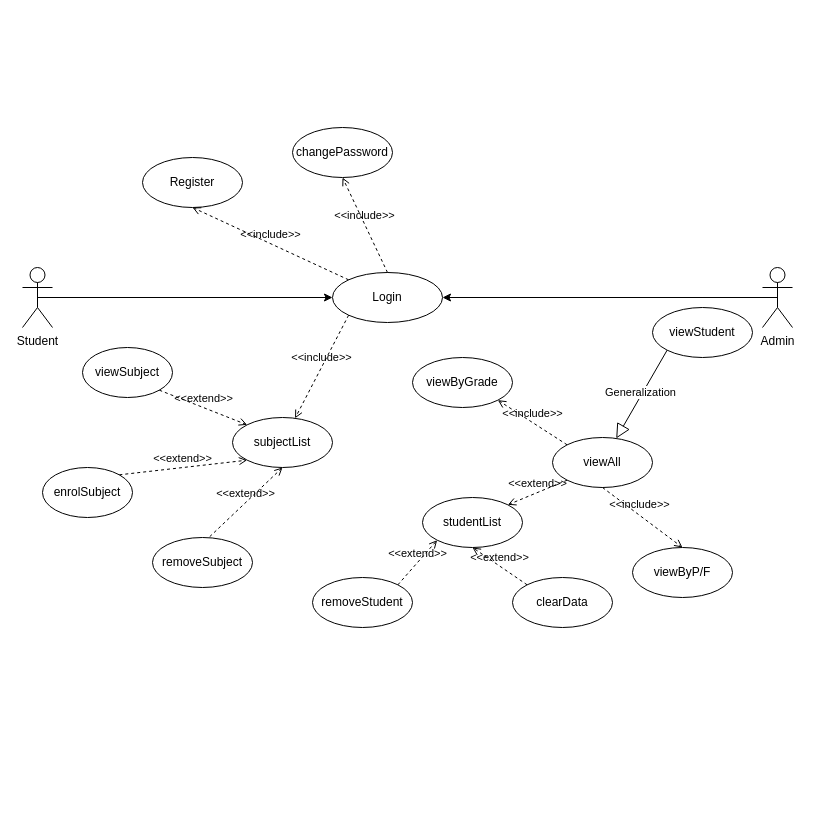
The draw.io diagram Assg1 University Enrol.drawio in T0R11zzz/Univesity-Enrol, before the edit. Source tidied: cells renumbered, new cells numbered last; positions are measured from the earlier drawing's top-left corner, leaving out a move shared by most shapes. Both pictures are drawn from the tidied source at 100%, with x=0, y=0 at pixel (22, 127).
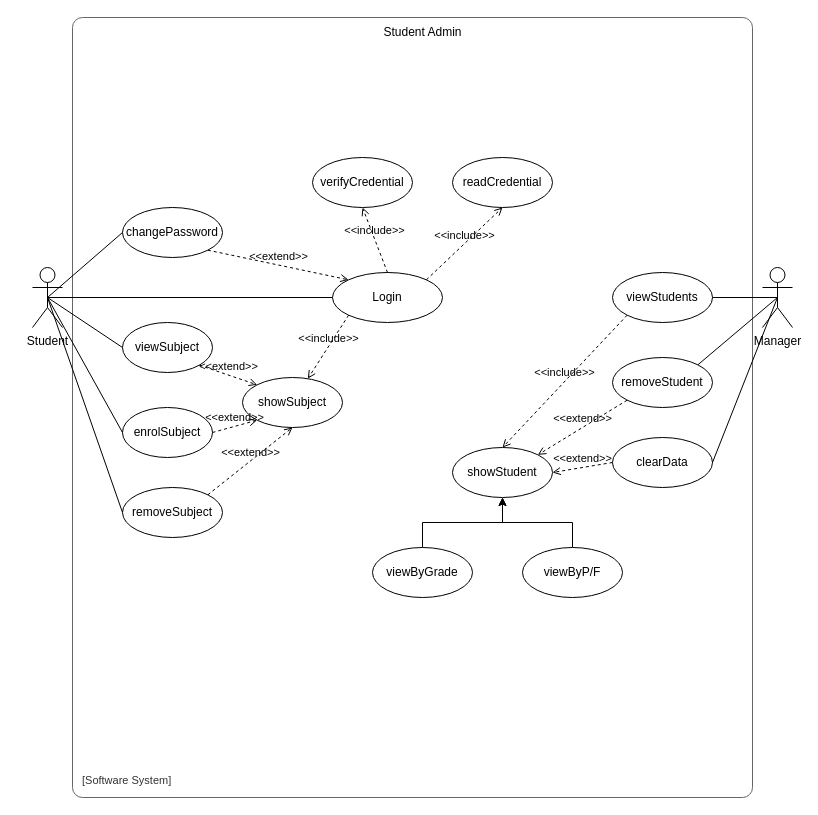
After the change.

The change refers to these unchanged cells:
```xml
<mxCell id="2" value="Login" style="ellipse;whiteSpace=wrap;html=1;" parent="1" vertex="1">
  <mxGeometry x="310" y="145" width="110" height="50" as="geometry" />
</mxCell>
```

Diff of the diagram source:
```diff
@@
-    <mxCell id="3" style="edgeStyle=orthogonalEdgeStyle;rounded=0;jettySize=auto;html=1;exitX=0.5;exitY=0.5;exitDx=0;exitDy=0;exitPerimeter=0;entryX=0;entryY=0.5;entryDx=0;entryDy=0;" parent="1" edge="1" source="4" target="2">
-      <mxGeometry relative="1" as="geometry" />
-    </mxCell>
     <mxCell id="4" value="Student" style="shape=umlActor;verticalLabelPosition=bottom;verticalAlign=top;html=1;" parent="1" vertex="1">
-      <mxGeometry y="140" width="30" height="60" as="geometry" />
+      <mxGeometry x="10" y="140" width="30" height="60" as="geometry" />
     </mxCell>
-    <mxCell id="5" style="edgeStyle=orthogonalEdgeStyle;rounded=0;jettySize=auto;html=1;exitX=0.5;exitY=0.5;exitDx=0;exitDy=0;exitPerimeter=0;entryX=1;entryY=0.5;entryDx=0;entryDy=0;" parent="1" edge="1" source="6" target="2">
-      <mxGeometry relative="1" as="geometry" />
-    </mxCell>
-    <mxCell id="6" value="Admin" style="shape=umlActor;verticalLabelPosition=bottom;verticalAlign=top;html=1;" parent="1" vertex="1">
+    <mxCell id="6" value="Manager" style="shape=umlActor;verticalLabelPosition=bottom;verticalAlign=top;html=1;" parent="1" vertex="1">
       <mxGeometry x="740" y="140" width="30" height="60" as="geometry" />
     </mxCell>
     <mxCell id="7" value="enrolSubject" style="ellipse;whiteSpace=wrap;html=1;" parent="1" vertex="1">
-      <mxGeometry x="20" y="340" width="90" height="50" as="geometry" />
+      <mxGeometry x="100" y="280" width="90" height="50" as="geometry" />
     </mxCell>
-    <mxCell id="8" value="Register" style="ellipse;whiteSpace=wrap;html=1;" parent="1" vertex="1">
-      <mxGeometry x="120" y="30" width="100" height="50" as="geometry" />
+    <mxCell id="8" value="readCredential" style="ellipse;whiteSpace=wrap;html=1;" parent="1" vertex="1">
+      <mxGeometry x="430" y="30" width="100" height="50" as="geometry" />
     </mxCell>
-    <mxCell id="9" value="&amp;lt;&amp;lt;include&amp;gt;&amp;gt;" style="html=1;verticalAlign=bottom;labelBackgroundColor=none;endArrow=open;endFill=0;dashed=1;rounded=0;exitX=0;exitY=0;exitDx=0;exitDy=0;entryX=0.5;entryY=1;entryDx=0;entryDy=0;" parent="1" edge="1" source="2" target="8">
+    <mxCell id="9" value="&amp;lt;&amp;lt;include&amp;gt;&amp;gt;" style="html=1;verticalAlign=bottom;labelBackgroundColor=none;endArrow=open;endFill=0;dashed=1;rounded=0;exitX=1;exitY=0;exitDx=0;exitDy=0;entryX=0.5;entryY=1;entryDx=0;entryDy=0;" parent="1" edge="1" source="2" target="8">
       <mxGeometry relative="1" as="geometry" />
     </mxCell>
     <mxCell id="10" value="removeSubject" style="ellipse;whiteSpace=wrap;html=1;" parent="1" vertex="1">
-      <mxGeometry x="130" y="410" width="100" height="50" as="geometry" />
+      <mxGeometry x="100" y="360" width="100" height="50" as="geometry" />
     </mxCell>
-    <mxCell id="11" value="subjectList" style="ellipse;whiteSpace=wrap;html=1;" parent="1" vertex="1">
-      <mxGeometry x="210" y="290" width="100" height="50" as="geometry" />
+    <mxCell id="11" value="showSubject" style="ellipse;whiteSpace=wrap;html=1;" parent="1" vertex="1">
+      <mxGeometry x="220" y="250" width="100" height="50" as="geometry" />
     </mxCell>
-    <mxCell id="12" value="changePassword" style="ellipse;whiteSpace=wrap;html=1;" parent="1" vertex="1">
-      <mxGeometry x="270" width="100" height="50" as="geometry" />
+    <mxCell id="12" value="verifyCredential" style="ellipse;whiteSpace=wrap;html=1;" parent="1" vertex="1">
+      <mxGeometry x="290" y="30" width="100" height="50" as="geometry" />
     </mxCell>
@@
     <mxCell id="14" value="viewSubject" style="ellipse;whiteSpace=wrap;html=1;" parent="1" vertex="1">
-      <mxGeometry x="60" y="220" width="90" height="50" as="geometry" />
+      <mxGeometry x="100" y="195" width="90" height="50" as="geometry" />
     </mxCell>
@@
-    <mxCell id="16" value="&amp;lt;&amp;lt;extend&amp;gt;&amp;gt;" style="html=1;verticalAlign=bottom;labelBackgroundColor=none;endArrow=open;endFill=0;dashed=1;rounded=0;exitX=1;exitY=0;exitDx=0;exitDy=0;entryX=0;entryY=1;entryDx=0;entryDy=0;" parent="1" edge="1" source="7" target="11">
+    <mxCell id="16" value="&amp;lt;&amp;lt;extend&amp;gt;&amp;gt;" style="html=1;verticalAlign=bottom;labelBackgroundColor=none;endArrow=open;endFill=0;dashed=1;rounded=0;exitX=1;exitY=0.5;exitDx=0;exitDy=0;entryX=0;entryY=1;entryDx=0;entryDy=0;" parent="1" edge="1" source="7" target="11">
       <mxGeometry relative="1" as="geometry" />
     </mxCell>
-    <mxCell id="17" value="&amp;lt;&amp;lt;extend&amp;gt;&amp;gt;" style="html=1;verticalAlign=bottom;labelBackgroundColor=none;endArrow=open;endFill=0;dashed=1;rounded=0;exitX=0.572;exitY=-0.016;exitDx=0;exitDy=0;exitPerimeter=0;entryX=0.5;entryY=1;entryDx=0;entryDy=0;" parent="1" edge="1" source="10" target="11">
+    <mxCell id="17" value="&amp;lt;&amp;lt;extend&amp;gt;&amp;gt;" style="html=1;verticalAlign=bottom;labelBackgroundColor=none;endArrow=open;endFill=0;dashed=1;rounded=0;entryX=0.5;entryY=1;entryDx=0;entryDy=0;exitX=1;exitY=0;exitDx=0;exitDy=0;" parent="1" edge="1" source="10" target="11">
       <mxGeometry relative="1" as="geometry" />
     </mxCell>
@@
-    <mxCell id="19" value="viewStudent" style="ellipse;whiteSpace=wrap;html=1;" parent="1" vertex="1">
-      <mxGeometry x="630" y="180" width="100" height="50" as="geometry" />
+    <mxCell id="19" value="viewStudents" style="ellipse;whiteSpace=wrap;html=1;" parent="1" vertex="1">
+      <mxGeometry x="590" y="145" width="100" height="50" as="geometry" />
     </mxCell>
-    <mxCell id="20" value="viewAll" style="ellipse;whiteSpace=wrap;html=1;" parent="1" vertex="1">
-      <mxGeometry x="530" y="310" width="100" height="50" as="geometry" />
+    <mxCell id="20" value="showStudent" style="ellipse;whiteSpace=wrap;html=1;" parent="1" vertex="1">
+      <mxGeometry x="430" y="320" width="100" height="50" as="geometry" />
     </mxCell>
-    <mxCell id="21" style="edgeStyle=none;html=1;endSize=12;endArrow=block;endFill=0;rounded=0;exitX=0;exitY=1;exitDx=0;exitDy=0;" parent="1" edge="1" source="19" target="20">
-      <mxGeometry relative="1" as="geometry" />
-    </mxCell>
-    <mxCell id="22" value="Generalization" style="edgeLabel;html=1;align=center;verticalAlign=middle;" parent="21" vertex="1">
-      <mxGeometry x="-0.02" y="-3" relative="1" as="geometry" />
-    </mxCell>
+    <mxCell id="33" style="edgeStyle=orthogonalEdgeStyle;rounded=0;jettySize=auto;html=1;exitX=0.5;exitY=0;exitDx=0;exitDy=0;entryX=0.5;entryY=1;entryDx=0;entryDy=0;" parent="1" edge="1" source="23" target="20">
+      <mxGeometry relative="1" as="geometry" />
+    </mxCell>
     <mxCell id="23" value="viewByP/F" style="ellipse;whiteSpace=wrap;html=1;" parent="1" vertex="1">
-      <mxGeometry x="610" y="420" width="100" height="50" as="geometry" />
+      <mxGeometry x="500" y="420" width="100" height="50" as="geometry" />
     </mxCell>
+    <mxCell id="34" style="edgeStyle=orthogonalEdgeStyle;rounded=0;jettySize=auto;html=1;exitX=0.5;exitY=0;exitDx=0;exitDy=0;entryX=0.5;entryY=1;entryDx=0;entryDy=0;" parent="1" edge="1" source="24" target="20">
+      <mxGeometry relative="1" as="geometry" />
+    </mxCell>
     <mxCell id="24" value="viewByGrade" style="ellipse;whiteSpace=wrap;html=1;" parent="1" vertex="1">
-      <mxGeometry x="390" y="230" width="100" height="50" as="geometry" />
+      <mxGeometry x="350" y="420" width="100" height="50" as="geometry" />
     </mxCell>
-    <mxCell id="25" value="&amp;lt;&amp;lt;include&amp;gt;&amp;gt;" style="html=1;verticalAlign=bottom;labelBackgroundColor=none;endArrow=open;endFill=0;dashed=1;rounded=0;exitX=0;exitY=0;exitDx=0;exitDy=0;entryX=1;entryY=1;entryDx=0;entryDy=0;" parent="1" edge="1" source="20" target="24">
-      <mxGeometry relative="1" as="geometry" />
-    </mxCell>
-    <mxCell id="26" value="&amp;lt;&amp;lt;include&amp;gt;&amp;gt;" style="html=1;verticalAlign=bottom;labelBackgroundColor=none;endArrow=open;endFill=0;dashed=1;rounded=0;exitX=0.5;exitY=1;exitDx=0;exitDy=0;entryX=0.5;entryY=0;entryDx=0;entryDy=0;" parent="1" edge="1" source="20" target="23">
-      <mxGeometry x="-0.1" y="1" relative="1" as="geometry" />
-    </mxCell>
-    <mxCell id="27" value="studentList" style="ellipse;whiteSpace=wrap;html=1;" parent="1" vertex="1">
-      <mxGeometry x="400" y="370" width="100" height="50" as="geometry" />
-    </mxCell>
-    <mxCell id="28" value="&amp;lt;&amp;lt;extend&amp;gt;&amp;gt;" style="html=1;verticalAlign=bottom;labelBackgroundColor=none;endArrow=open;endFill=0;dashed=1;rounded=0;entryX=1;entryY=0;entryDx=0;entryDy=0;exitX=0;exitY=1;exitDx=0;exitDy=0;" parent="1" edge="1" source="20" target="27">
-      <mxGeometry relative="1" as="geometry" />
-    </mxCell>
     <mxCell id="29" value="removeStudent" style="ellipse;whiteSpace=wrap;html=1;" parent="1" vertex="1">
-      <mxGeometry x="290" y="450" width="100" height="50" as="geometry" />
+      <mxGeometry x="590" y="230" width="100" height="50" as="geometry" />
     </mxCell>
-    <mxCell id="30" value="&amp;lt;&amp;lt;extend&amp;gt;&amp;gt;" style="html=1;verticalAlign=bottom;labelBackgroundColor=none;endArrow=open;endFill=0;dashed=1;rounded=0;exitX=1;exitY=0;exitDx=0;exitDy=0;entryX=0;entryY=1;entryDx=0;entryDy=0;" parent="1" edge="1" source="29" target="27">
+    <mxCell id="30" value="&amp;lt;&amp;lt;extend&amp;gt;&amp;gt;" style="html=1;verticalAlign=bottom;labelBackgroundColor=none;endArrow=open;endFill=0;dashed=1;rounded=0;entryX=1;entryY=0;entryDx=0;entryDy=0;exitX=0;exitY=1;exitDx=0;exitDy=0;" parent="1" edge="1" source="29" target="20">
       <mxGeometry relative="1" as="geometry" />
     </mxCell>
     <mxCell id="31" value="clearData" style="ellipse;whiteSpace=wrap;html=1;" parent="1" vertex="1">
-      <mxGeometry x="490" y="450" width="100" height="50" as="geometry" />
+      <mxGeometry x="590" y="310" width="100" height="50" as="geometry" />
     </mxCell>
-    <mxCell id="32" value="&amp;lt;&amp;lt;extend&amp;gt;&amp;gt;" style="html=1;verticalAlign=bottom;labelBackgroundColor=none;endArrow=open;endFill=0;dashed=1;rounded=0;exitX=0;exitY=0;exitDx=0;exitDy=0;entryX=0.5;entryY=1;entryDx=0;entryDy=0;" parent="1" edge="1" source="31" target="27">
-      <mxGeometry relative="1" as="geometry" />
-    </mxCell>
+    <object id="35" label="&lt;font style=&quot;font-size: 16px&quot;&gt;&lt;b&gt;&lt;div style=&quot;text-align: left&quot;&gt;%c4Name%&lt;/div&gt;&lt;/b&gt;&lt;/font&gt;&lt;div style=&quot;text-align: left&quot;&gt;[%c4Application%]&lt;/div&gt;" c4Application="Software System" c4Name="" placeholders="1">
+      <mxCell style="rounded=1;fontSize=11;whiteSpace=wrap;html=1;arcSize=20;fillColor=none;strokeColor=#666666;fontColor=#333333;labelBackgroundColor=none;align=left;verticalAlign=bottom;labelBorderColor=none;spacingTop=0;spacing=10;perimeter=rectanglePerimeter;noLabel=0;labelPadding=0;absoluteArcSize=1;" parent="1" vertex="1">
+        <mxGeometry x="50" y="-110" width="680" height="780" as="geometry" />
+      </mxCell>
+    </object>
+    <mxCell id="36" value="Student Admin" style="text;html=1;align=center;verticalAlign=middle;strokeColor=none;fillColor=none;" parent="1" vertex="1">
+      <mxGeometry x="350" y="-110" width="100" height="30" as="geometry" />
+    </mxCell>
+    <mxCell id="37" value="changePassword" style="ellipse;whiteSpace=wrap;html=1;" parent="1" vertex="1">
+      <mxGeometry x="100" y="80" width="100" height="50" as="geometry" />
+    </mxCell>
+    <mxCell id="38" value="&amp;lt;&amp;lt;extend&amp;gt;&amp;gt;" style="html=1;verticalAlign=bottom;labelBackgroundColor=none;endArrow=open;endFill=0;dashed=1;rounded=0;exitX=1;exitY=1;exitDx=0;exitDy=0;entryX=0;entryY=0;entryDx=0;entryDy=0;" parent="1" edge="1" source="37" target="2">
+      <mxGeometry relative="1" as="geometry" />
+    </mxCell>
+    <mxCell id="3" style="endArrow=none;startArrow=none;endFill=0;startFill=0;endSize=8;html=1;verticalAlign=bottom;labelBackgroundColor=none;strokeWidth=1;rounded=0;exitX=0.5;exitY=0.5;exitDx=0;exitDy=0;exitPerimeter=0;entryX=0;entryY=0.5;entryDx=0;entryDy=0;" parent="1" edge="1" source="4" target="2">
+      <mxGeometry relative="1" as="geometry" />
+    </mxCell>
+    <mxCell id="39" style="endArrow=none;startArrow=none;endFill=0;startFill=0;endSize=8;html=1;verticalAlign=bottom;labelBackgroundColor=none;strokeWidth=1;rounded=0;exitX=0.5;exitY=0.5;exitDx=0;exitDy=0;exitPerimeter=0;entryX=0;entryY=0.5;entryDx=0;entryDy=0;" parent="1" edge="1" source="4" target="37">
+      <mxGeometry relative="1" as="geometry" />
+    </mxCell>
+    <mxCell id="40" style="endArrow=none;startArrow=none;endFill=0;startFill=0;endSize=8;html=1;verticalAlign=bottom;labelBackgroundColor=none;strokeWidth=1;rounded=0;exitX=0.5;exitY=0.5;exitDx=0;exitDy=0;exitPerimeter=0;entryX=0;entryY=0.5;entryDx=0;entryDy=0;" parent="1" edge="1" source="4" target="14">
+      <mxGeometry relative="1" as="geometry" />
+    </mxCell>
+    <mxCell id="41" style="endArrow=none;startArrow=none;endFill=0;startFill=0;endSize=8;html=1;verticalAlign=bottom;labelBackgroundColor=none;strokeWidth=1;rounded=0;exitX=0.5;exitY=0.5;exitDx=0;exitDy=0;exitPerimeter=0;entryX=0;entryY=0.5;entryDx=0;entryDy=0;" parent="1" edge="1" source="4" target="7">
+      <mxGeometry relative="1" as="geometry" />
+    </mxCell>
+    <mxCell id="42" style="endArrow=none;startArrow=none;endFill=0;startFill=0;endSize=8;html=1;verticalAlign=bottom;labelBackgroundColor=none;strokeWidth=1;rounded=0;entryX=0;entryY=0.5;entryDx=0;entryDy=0;exitX=0.5;exitY=0.5;exitDx=0;exitDy=0;exitPerimeter=0;" parent="1" edge="1" source="4" target="10">
+      <mxGeometry relative="1" as="geometry" />
+    </mxCell>
+    <mxCell id="43" style="endArrow=none;startArrow=none;endFill=0;startFill=0;endSize=8;html=1;verticalAlign=bottom;labelBackgroundColor=none;strokeWidth=1;rounded=0;entryX=1;entryY=0.5;entryDx=0;entryDy=0;exitX=0.5;exitY=0.5;exitDx=0;exitDy=0;exitPerimeter=0;" parent="1" edge="1" source="6" target="19">
+      <mxGeometry relative="1" as="geometry" />
+    </mxCell>
+    <mxCell id="21" value="&amp;lt;&amp;lt;include&amp;gt;&amp;gt;" style="html=1;verticalAlign=bottom;labelBackgroundColor=none;endArrow=open;endFill=0;dashed=1;rounded=0;exitX=0;exitY=1;exitDx=0;exitDy=0;entryX=0.5;entryY=0;entryDx=0;entryDy=0;" parent="1" edge="1" source="19" target="20">
+      <mxGeometry relative="1" as="geometry" />
+    </mxCell>
+    <mxCell id="44" style="endArrow=none;startArrow=none;endFill=0;startFill=0;endSize=8;html=1;verticalAlign=bottom;labelBackgroundColor=none;strokeWidth=1;rounded=0;exitX=0.5;exitY=0.5;exitDx=0;exitDy=0;exitPerimeter=0;entryX=1;entryY=0;entryDx=0;entryDy=0;" parent="1" edge="1" source="6" target="29">
+      <mxGeometry relative="1" as="geometry" />
+    </mxCell>
+    <mxCell id="45" value="&amp;lt;&amp;lt;extend&amp;gt;&amp;gt;" style="html=1;verticalAlign=bottom;labelBackgroundColor=none;endArrow=open;endFill=0;dashed=1;rounded=0;entryX=1;entryY=0.5;entryDx=0;entryDy=0;exitX=0;exitY=0.5;exitDx=0;exitDy=0;" parent="1" edge="1" source="31" target="20">
+      <mxGeometry relative="1" as="geometry" />
+    </mxCell>
+    <mxCell id="46" style="endArrow=none;startArrow=none;endFill=0;startFill=0;endSize=8;html=1;verticalAlign=bottom;labelBackgroundColor=none;strokeWidth=1;rounded=0;exitX=1;exitY=0.5;exitDx=0;exitDy=0;entryX=0.5;entryY=0.5;entryDx=0;entryDy=0;entryPerimeter=0;" parent="1" edge="1" source="31" target="6">
+      <mxGeometry relative="1" as="geometry" />
+    </mxCell>
```
